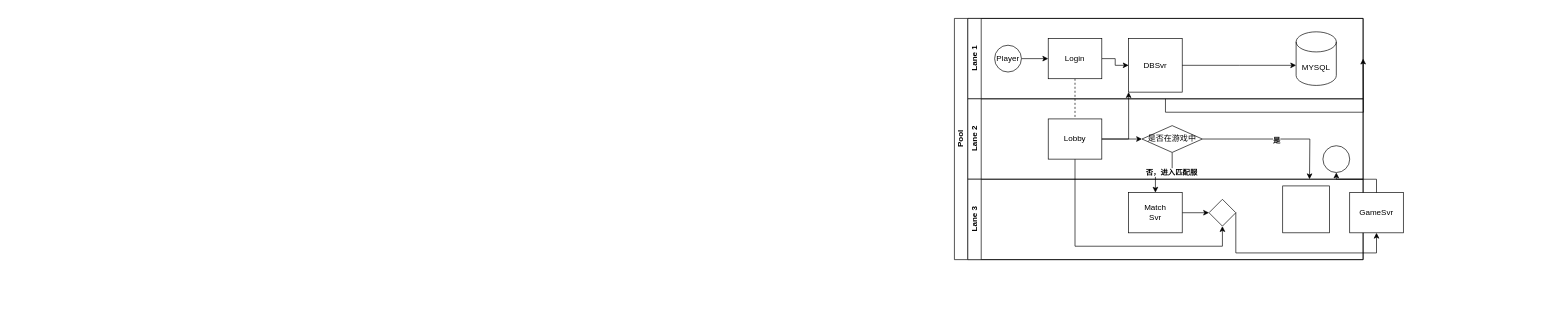
bactq/cmder keeps this draw.io diagram as Untitled Diagram.drawio. Above is the earlier version. Source tidied: cells renumbered, new cells numbered last; positions are measured from the earlier drawing's top-left corner, leaving out a move shared by most shapes. Both pictures are drawn from the tidied source at 67%, with x=0, y=0 at pixel (954, 18).
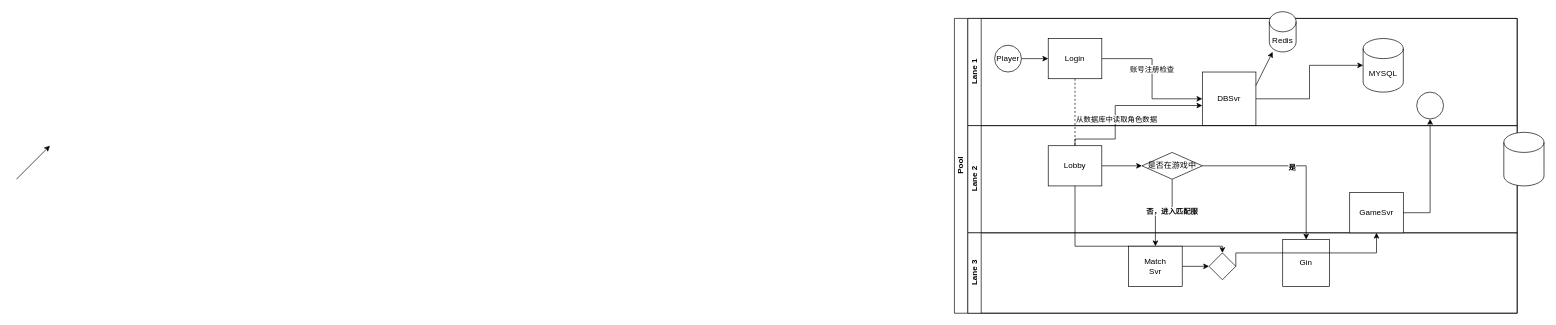
After the change.

Unchanged cells that the change refers to:
```xml
<mxCell id="10" style="edgeStyle=orthogonalEdgeStyle;rounded=0;jettySize=auto;html=1;" parent="7" edge="1" source="11" target="12">
  <mxGeometry relative="1" as="geometry" />
</mxCell>
<mxCell id="15" value="Lobby" style="rounded=0;whiteSpace=wrap;html=1;fontFamily=Helvetica;fontSize=12;fontColor=#000000;align=center;" parent="13" vertex="1">
  <mxGeometry x="120" y="30" width="80" height="60" as="geometry" />
</mxCell>
<mxCell id="16" value="是否在游戏中" style="rhombus;whiteSpace=wrap;html=1;fontFamily=Helvetica;fontSize=12;fontColor=#000000;align=center;" parent="13" vertex="1">
  <mxGeometry x="260" y="40" width="90" height="40" as="geometry" />
</mxCell>
```

Change to the diagram source:
```diff
@@
     <mxCell id="2" value="Pool" style="swimlane;html=1;horizontal=0;startSize=20;" parent="1" vertex="1">
-      <mxGeometry width="610" height="360" as="geometry" />
+      <mxGeometry width="840" height="440" as="geometry" />
     </mxCell>
@@
     <mxCell id="7" value="Lane 1" style="swimlane;html=1;startSize=20;horizontal=0;" parent="2" vertex="1">
-      <mxGeometry x="20" width="590" height="120" as="geometry" />
+      <mxGeometry x="20" width="820" height="160" as="geometry" />
     </mxCell>
@@
+    <mxCell id="32" value="账号注册检查&lt;br&gt;" style="edgeLabel;html=1;align=center;verticalAlign=middle;" parent="10" vertex="1">
+      <mxGeometry x="-0.14" y="-1" relative="1" as="geometry" />
+    </mxCell>
@@
     <mxCell id="12" value="DBSvr&lt;br&gt;" style="whiteSpace=wrap;html=1;" parent="7" vertex="1">
-      <mxGeometry x="240" y="30" width="80" height="80" as="geometry" />
+      <mxGeometry x="350" y="80" width="80" height="80" as="geometry" />
     </mxCell>
+    <mxCell id="33" value="Redis" style="shape=cylinder3;whiteSpace=wrap;html=1;boundedLbl=1;backgroundOutline=1;size=15;" parent="7" vertex="1">
+      <mxGeometry x="450" y="-10" width="40" height="60" as="geometry" />
+    </mxCell>
+    <mxCell id="34" style="endArrow=classic;html=1;rounded=0;exitX=1;exitY=0.25;exitDx=0;exitDy=0;" parent="7" edge="1" source="12" target="33">
+      <mxGeometry relative="1" as="geometry" />
+    </mxCell>
     <mxCell id="13" value="Lane 2" style="swimlane;html=1;startSize=20;horizontal=0;" parent="2" vertex="1">
-      <mxGeometry x="20" y="120" width="590" height="120" as="geometry" />
+      <mxGeometry x="20" y="160" width="820" height="160" as="geometry" />
     </mxCell>
@@
     <mxCell id="17" value="Lane 3" style="swimlane;html=1;startSize=20;horizontal=0;" parent="2" vertex="1">
-      <mxGeometry x="20" y="240" width="590" height="120" as="geometry" />
+      <mxGeometry x="20" y="320" width="820" height="120" as="geometry" />
     </mxCell>
@@
-    <mxCell id="21" style="whiteSpace=wrap;html=1;" parent="17" vertex="1">
+    <mxCell id="21" value="Gin" style="whiteSpace=wrap;html=1;" parent="17" vertex="1">
       <mxGeometry x="470" y="10" width="70" height="70" as="geometry" />
     </mxCell>
     <mxCell id="22" style="edgeStyle=orthogonalEdgeStyle;rounded=0;jettySize=auto;html=1;" parent="2" edge="1" source="15" target="12">
       <mxGeometry relative="1" as="geometry">
         <Array as="points">
-          <mxPoint x="260" y="180" />
+          <mxPoint x="180" y="180" />
+          <mxPoint x="240" y="180" />
+          <mxPoint x="240" y="130" />
         </Array>
       </mxGeometry>
     </mxCell>
+    <mxCell id="35" value="从数据库中读取角色数据&lt;br&gt;" style="edgeLabel;html=1;align=center;verticalAlign=middle;" parent="22" vertex="1">
+      <mxGeometry x="0.56" y="-1" relative="1" as="geometry">
+        <mxPoint x="-74" y="19" as="offset" />
+      </mxGeometry>
+    </mxCell>
+    <mxCell id="30" style="edgeStyle=orthogonalEdgeStyle;rounded=0;jettySize=auto;html=1;" parent="2" edge="1" source="16" target="21">
+      <mxGeometry relative="1" as="geometry" />
+    </mxCell>
+    <mxCell id="31" value="是" style="edgeLabel;html=1;align=center;verticalAlign=middle;fontStyle=1;" parent="30" vertex="1">
+      <mxGeometry y="-1" relative="1" as="geometry" />
+    </mxCell>
-    <mxCell id="23" value="GameSvr" style="rounded=0;whiteSpace=wrap;html=1;fontFamily=Helvetica;fontSize=12;fontColor=#000000;align=center;" parent="1" vertex="1">
+    <mxCell id="23" value="GameSvr&lt;br&gt;" style="rounded=0;whiteSpace=wrap;html=1;fontFamily=Helvetica;fontSize=12;fontColor=#000000;align=center;" parent="1" vertex="1">
       <mxGeometry x="590" y="260" width="80" height="60" as="geometry" />
     </mxCell>
@@
     <mxCell id="26" style="ellipse;whiteSpace=wrap;html=1;" parent="1" vertex="1">
-      <mxGeometry x="550" y="190" width="40" height="40" as="geometry" />
+      <mxGeometry x="690" y="110" width="40" height="40" as="geometry" />
     </mxCell>
     <mxCell id="27" value="MYSQL" style="shape=cylinder3;whiteSpace=wrap;html=1;boundedLbl=1;backgroundOutline=1;size=15;" parent="1" vertex="1">
-      <mxGeometry x="510" y="20" width="60" height="80" as="geometry" />
+      <mxGeometry x="610" y="30" width="60" height="80" as="geometry" />
     </mxCell>
-    <mxCell id="28" style="edgeStyle=orthogonalEdgeStyle;rounded=0;jettySize=auto;html=1;" parent="1" edge="1" source="7">
-      <mxGeometry relative="1" as="geometry">
-        <mxPoint x="610" y="60" as="targetPoint" />
-      </mxGeometry>
-    </mxCell>
-    <mxCell id="29" style="edgeStyle=orthogonalEdgeStyle;rounded=0;jettySize=auto;html=1;" parent="1" edge="1" source="12">
-      <mxGeometry relative="1" as="geometry">
-        <mxPoint x="510" y="70" as="targetPoint" />
-      </mxGeometry>
+    <mxCell id="29" style="edgeStyle=orthogonalEdgeStyle;rounded=0;jettySize=auto;html=1;" parent="1" edge="1" source="12" target="27">
+      <mxGeometry relative="1" as="geometry" />
     </mxCell>
-    <mxCell id="30" style="edgeStyle=orthogonalEdgeStyle;rounded=0;jettySize=auto;html=1;" parent="1" edge="1" source="16">
-      <mxGeometry relative="1" as="geometry">
-        <mxPoint x="530" y="240" as="targetPoint" />
-      </mxGeometry>
-    </mxCell>
-    <mxCell id="31" value="是" style="edgeLabel;html=1;align=center;verticalAlign=middle;fontStyle=1;" parent="30" vertex="1">
-      <mxGeometry y="-1" relative="1" as="geometry" />
-    </mxCell>
+    <mxCell id="36" style="shape=cylinder3;whiteSpace=wrap;html=1;boundedLbl=1;backgroundOutline=1;size=15;" parent="1" vertex="1">
+      <mxGeometry x="820" y="170" width="60" height="80" as="geometry" />
+    </mxCell>
+    <mxCell id="37" style="endArrow=classic;html=1;rounded=0;" parent="1" edge="1">
+      <mxGeometry relative="1" as="geometry">
+        <mxPoint x="-1400" y="240" as="sourcePoint" />
+        <mxPoint x="-1350" y="190" as="targetPoint" />
+      </mxGeometry>
+    </mxCell>
```
